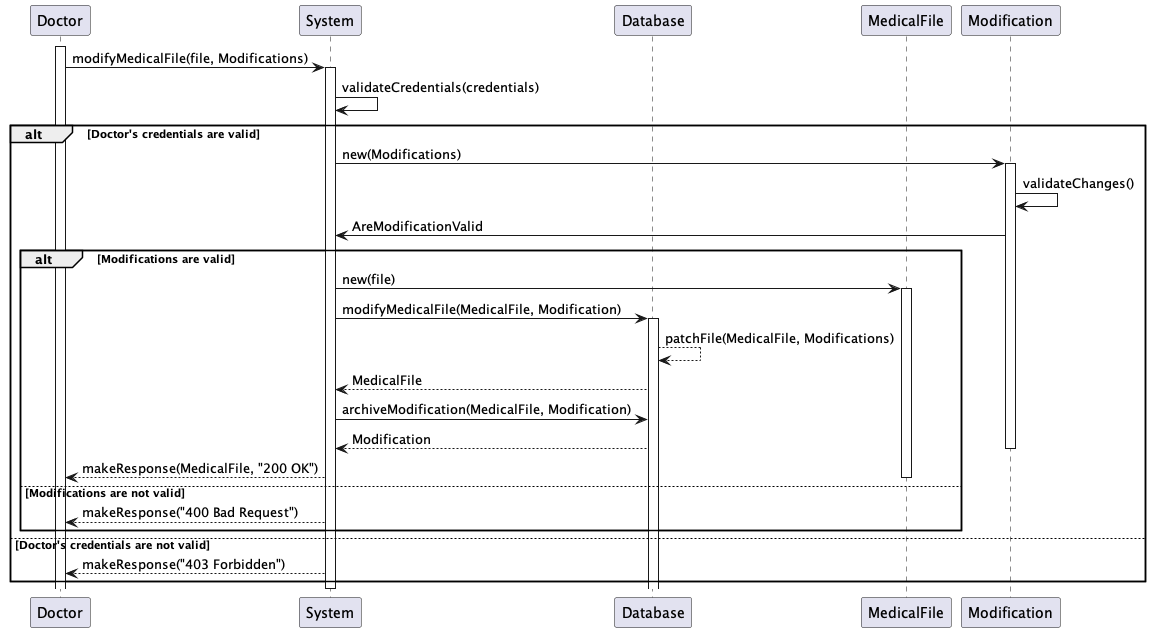
Before: plantUml/sequence-modify.png, a diagram exported from PlantUML (KevenJAntenor/Quebec-Centralized-Medical-Record-System).
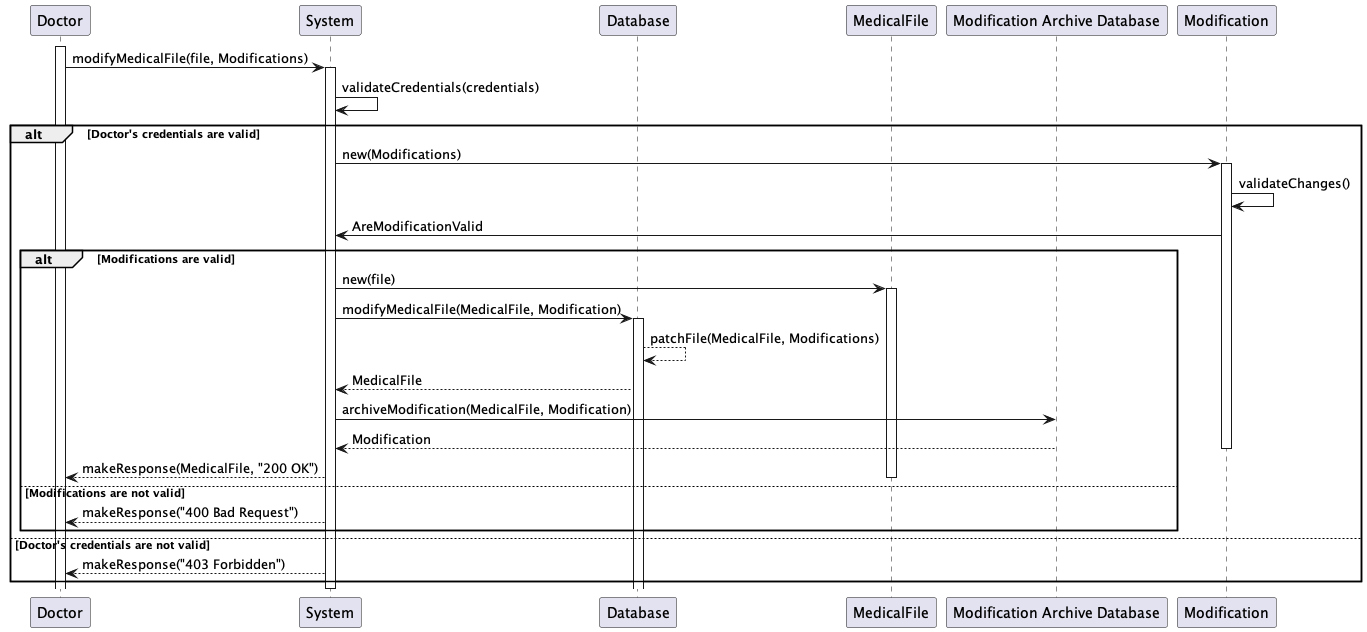
Later version of the same file.

Diff of the diagram source:
```diff
@@ -4,6 +4,7 @@
 participant "System" as System
 participant "Database" as Database
 participant "MedicalFile" as MedFile
+participant "Modification Archive Database" as ModificationArchiveDatabase
 
 activate Doctor
 Doctor -> System: modifyMedicalFile(file, Modifications)
@@ -21,8 +22,8 @@
         activate Database
         Database --> Database: patchFile(MedicalFile, Modifications)
         Database --> System: MedicalFile
-        System -> Database: archiveModification(MedicalFile, Modification)
-        Database --> System: Modification
+        System -> ModificationArchiveDatabase: archiveModification(MedicalFile, Modification)
+        ModificationArchiveDatabase --> System: Modification
         deactivate Modification
         System --> Doctor: makeResponse(MedicalFile, "200 OK")
         deactivate MedFile
```
